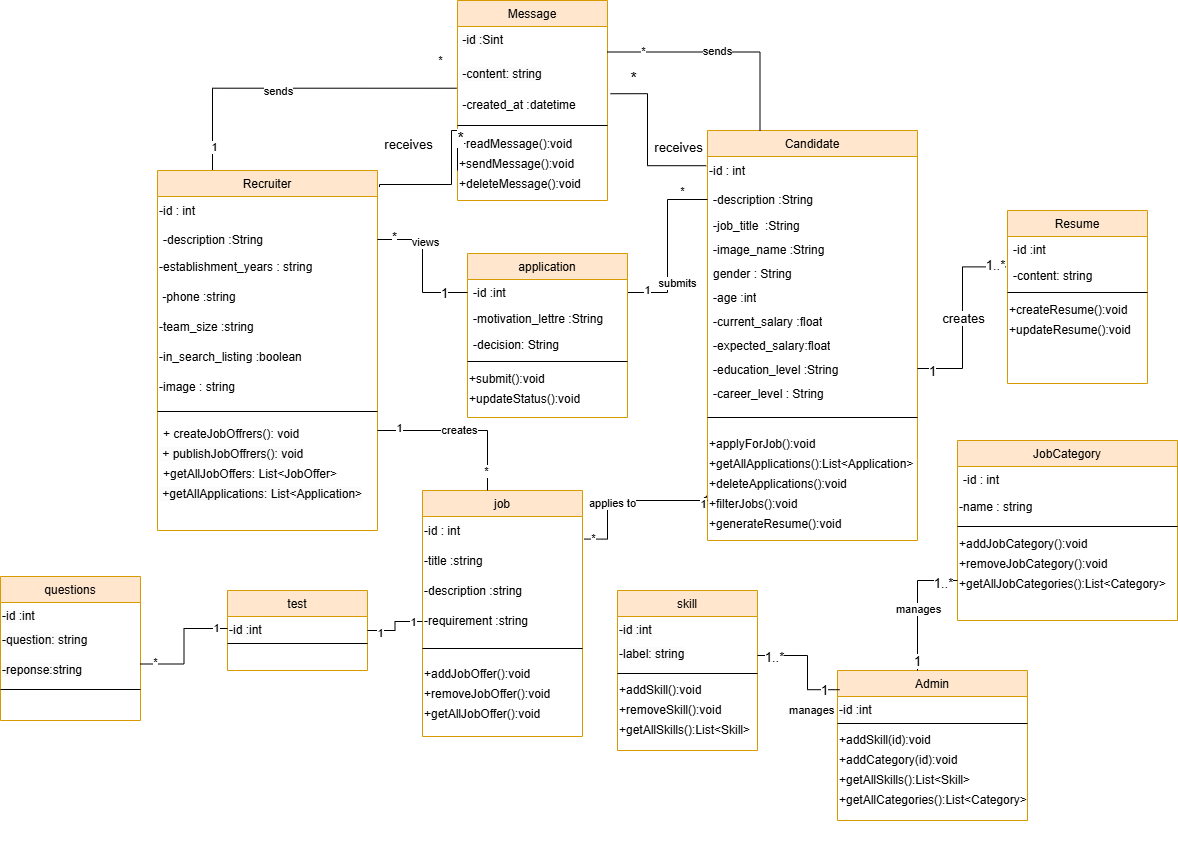
Earlier version of the draw.io export Diagramme classe sprint2.drawio.png (chirine1/-project). Source tidied: cells renumbered, new cells last; positions are measured from the earlier drawing's top-left corner, leaving out a move shared by most shapes.
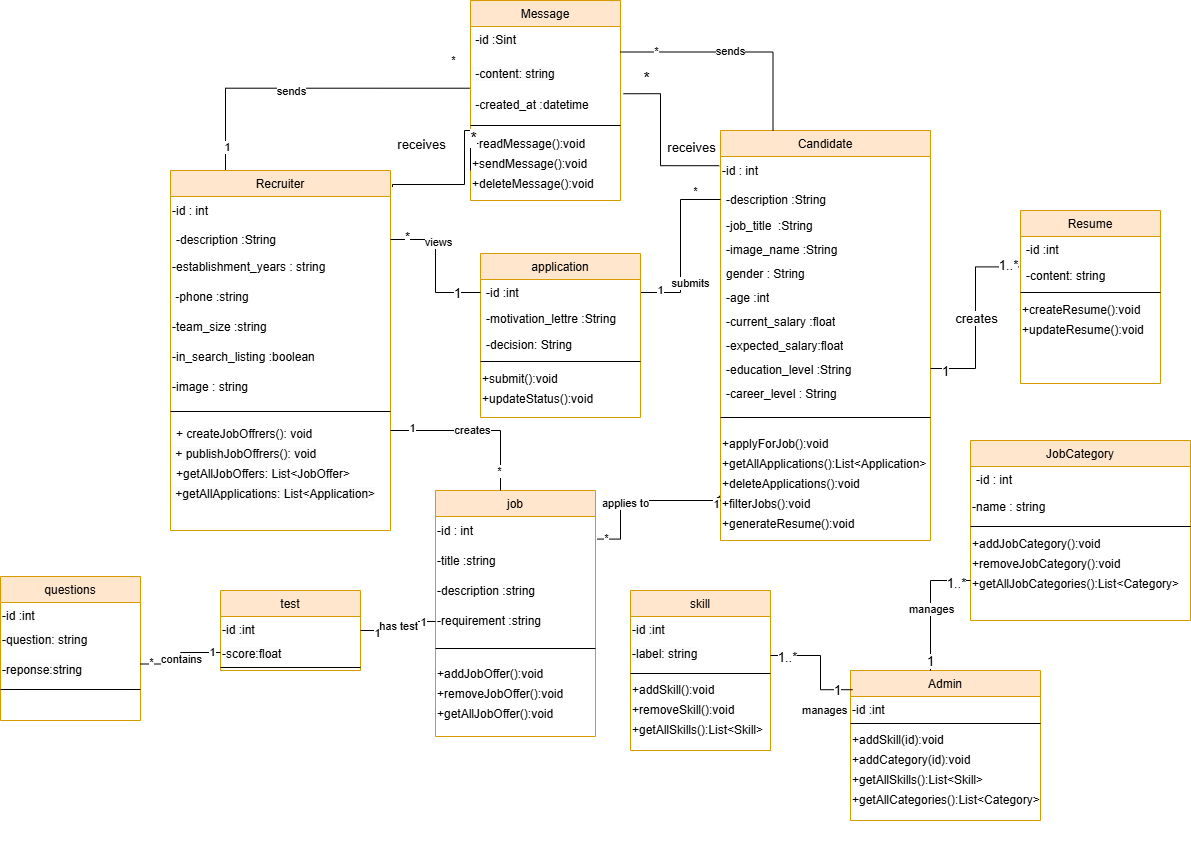
The same diagram one commit later.

Commit message:
Mettre à jour Diagramme classe sprint2.drawio.png

Diff of the diagram source:
```diff
@@ -429,7 +429,7 @@
       <mxGeometry x="787" y="696" width="80" height="40" as="geometry" />
     </mxCell>
     <mxCell id="125" value="questions" style="swimlane;fontStyle=0;align=center;verticalAlign=top;horizontal=1;startSize=26;rounded=0;shadow=0;strokeWidth=1;fillColor=#ffe6cc;strokeColor=#d79b00;" parent="1" vertex="1">
-      <mxGeometry y="576" width="140" height="144" as="geometry" />
+      <mxGeometry x="-13" y="576" width="140" height="144" as="geometry" />
     </mxCell>
     <mxCell id="126" value="&lt;span style=&quot;color: rgb(0, 0, 0); font-family: Helvetica; font-size: 12px; font-style: normal; font-variant-ligatures: normal; font-variant-caps: normal; font-weight: 400; letter-spacing: normal; orphans: 2; text-align: left; text-indent: 0px; text-transform: none; widows: 2; word-spacing: 0px; -webkit-text-stroke-width: 0px; background-color: rgb(251, 251, 251); text-decoration-thickness: initial; text-decoration-style: initial; text-decoration-color: initial; float: none; display: inline !important;&quot;&gt;-id :int&lt;/span&gt;" style="text;whiteSpace=wrap;html=1;" parent="125" vertex="1">
       <mxGeometry y="26" width="140" height="24" as="geometry" />
@@ -444,13 +444,16 @@
       <mxGeometry y="110" width="140" height="6" as="geometry" />
     </mxCell>
     <mxCell id="130" value="test" style="swimlane;fontStyle=0;align=center;verticalAlign=top;horizontal=1;startSize=26;rounded=0;shadow=0;strokeWidth=1;fillColor=#ffe6cc;strokeColor=#d79b00;" parent="1" vertex="1">
-      <mxGeometry x="227" y="590" width="140" height="80" as="geometry" />
+      <mxGeometry x="207" y="590" width="140" height="80" as="geometry" />
     </mxCell>
+    <mxCell id="139" value="&lt;span style=&quot;color: rgb(0, 0, 0); font-family: Helvetica; font-size: 12px; font-style: normal; font-variant-ligatures: normal; font-variant-caps: normal; font-weight: 400; letter-spacing: normal; orphans: 2; text-align: left; text-indent: 0px; text-transform: none; widows: 2; word-spacing: 0px; -webkit-text-stroke-width: 0px; background-color: rgb(251, 251, 251); text-decoration-thickness: initial; text-decoration-style: initial; text-decoration-color: initial; float: none; display: inline !important;&quot;&gt;-id :int&lt;/span&gt;" style="text;whiteSpace=wrap;html=1;" parent="130" vertex="1">
+      <mxGeometry y="26" width="140" height="24" as="geometry" />
+    </mxCell>
-    <mxCell id="131" value="&lt;span style=&quot;color: rgb(0, 0, 0); font-family: Helvetica; font-size: 12px; font-style: normal; font-variant-ligatures: normal; font-variant-caps: normal; font-weight: 400; letter-spacing: normal; orphans: 2; text-align: left; text-indent: 0px; text-transform: none; widows: 2; word-spacing: 0px; -webkit-text-stroke-width: 0px; background-color: rgb(251, 251, 251); text-decoration-thickness: initial; text-decoration-style: initial; text-decoration-color: initial; float: none; display: inline !important;&quot;&gt;-id :int&lt;/span&gt;" style="text;whiteSpace=wrap;html=1;" parent="130" vertex="1">
-      <mxGeometry y="26" width="140" height="24" as="geometry" />
+    <mxCell id="131" value="&lt;span style=&quot;color: rgb(0, 0, 0); font-family: Helvetica; font-size: 12px; font-style: normal; font-variant-ligatures: normal; font-variant-caps: normal; font-weight: 400; letter-spacing: normal; orphans: 2; text-align: left; text-indent: 0px; text-transform: none; widows: 2; word-spacing: 0px; -webkit-text-stroke-width: 0px; background-color: rgb(251, 251, 251); text-decoration-thickness: initial; text-decoration-style: initial; text-decoration-color: initial; float: none; display: inline !important;&quot;&gt;-score:float&lt;/span&gt;" style="text;whiteSpace=wrap;html=1;" parent="130" vertex="1">
+      <mxGeometry y="50" width="140" height="24" as="geometry" />
     </mxCell>
     <mxCell id="132" style="line;html=1;strokeWidth=1;align=left;verticalAlign=middle;spacingTop=-1;spacingLeft=3;spacingRight=3;labelPosition=right;" parent="130" vertex="1">
-      <mxGeometry y="50" width="140" height="6" as="geometry" />
+      <mxGeometry y="74" width="140" height="6" as="geometry" />
     </mxCell>
     <mxCell id="133" style="edgeStyle=orthogonalEdgeStyle;rounded=0;jettySize=auto;html=1;entryX=1;entryY=0.5;entryDx=0;entryDy=0;endArrow=none;endFill=0;" parent="1" edge="1" source="67" target="130">
       <mxGeometry relative="1" as="geometry" />
@@ -461,6 +464,9 @@
     <mxCell id="135" value="1" style="edgeLabel;html=1;align=center;verticalAlign=middle;" parent="133" vertex="1">
       <mxGeometry x="0.62" y="2" relative="1" as="geometry" />
     </mxCell>
+    <mxCell id="140" value="has test" style="edgeLabel;html=1;align=center;verticalAlign=middle;" parent="133" vertex="1">
+      <mxGeometry relative="1" as="geometry" />
+    </mxCell>
     <mxCell id="136" style="edgeStyle=orthogonalEdgeStyle;rounded=0;jettySize=auto;html=1;entryX=1;entryY=0.25;entryDx=0;entryDy=0;endArrow=none;endFill=0;" parent="1" edge="1" source="131" target="128">
       <mxGeometry relative="1" as="geometry" />
     </mxCell>
@@ -470,5 +476,8 @@
     <mxCell id="138" value="*" style="edgeLabel;html=1;align=center;verticalAlign=middle;" parent="136" vertex="1">
       <mxGeometry x="0.77" y="-2" relative="1" as="geometry" />
     </mxCell>
+    <mxCell id="141" value="contains" style="edgeLabel;html=1;align=center;verticalAlign=middle;" parent="136" vertex="1">
+      <mxGeometry relative="1" as="geometry" />
+    </mxCell>
   </root>
 </mxGraphModel>
```
